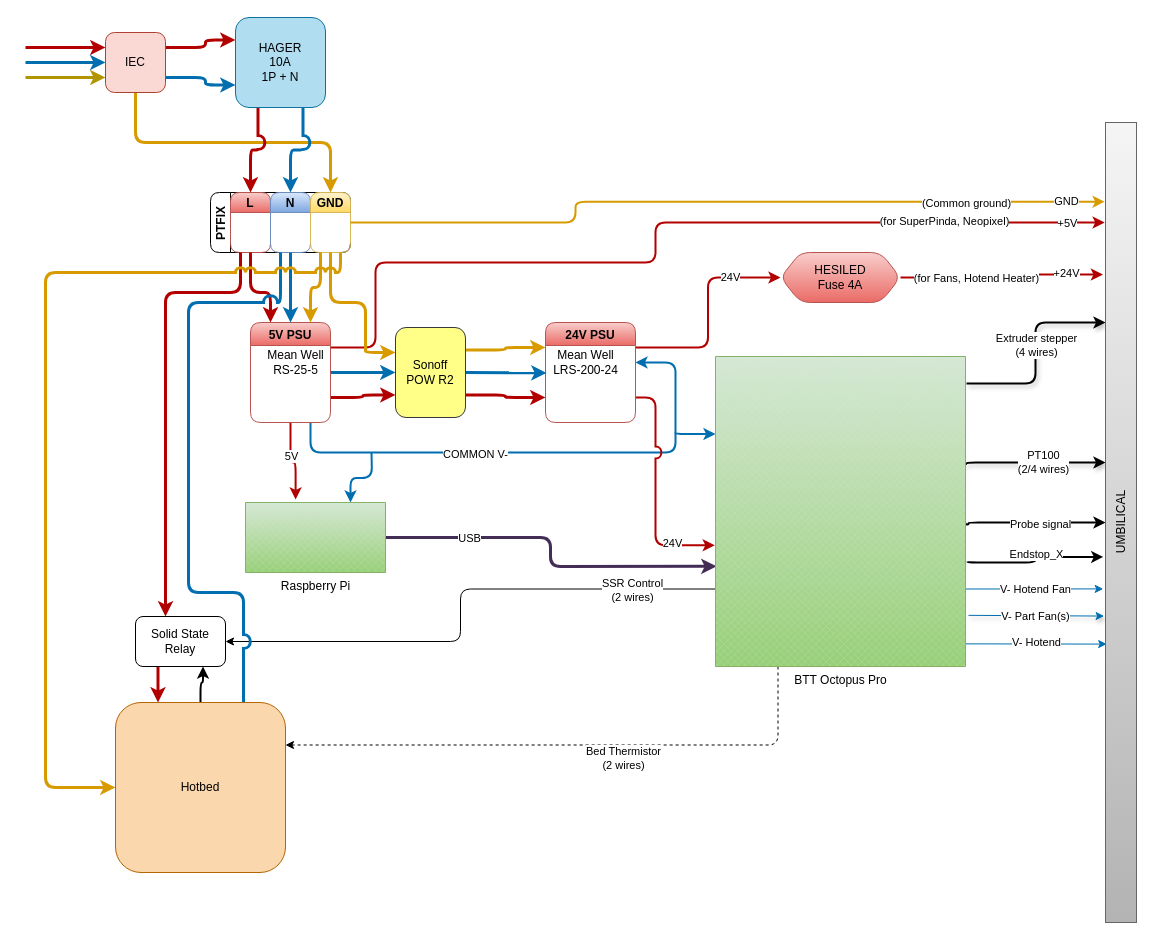
This is wiring/VCore3_wiring.drawio from Contrasens/VCore3-400-OpenFront, a draw.io file, before an edit. Source tidied: cells renumbered, new cells numbered last; positions are measured from the earlier drawing's top-left corner, leaving out a move shared by most shapes. Both pictures are drawn from the tidied source at 100%, with x=0, y=0 at pixel (25, 17).
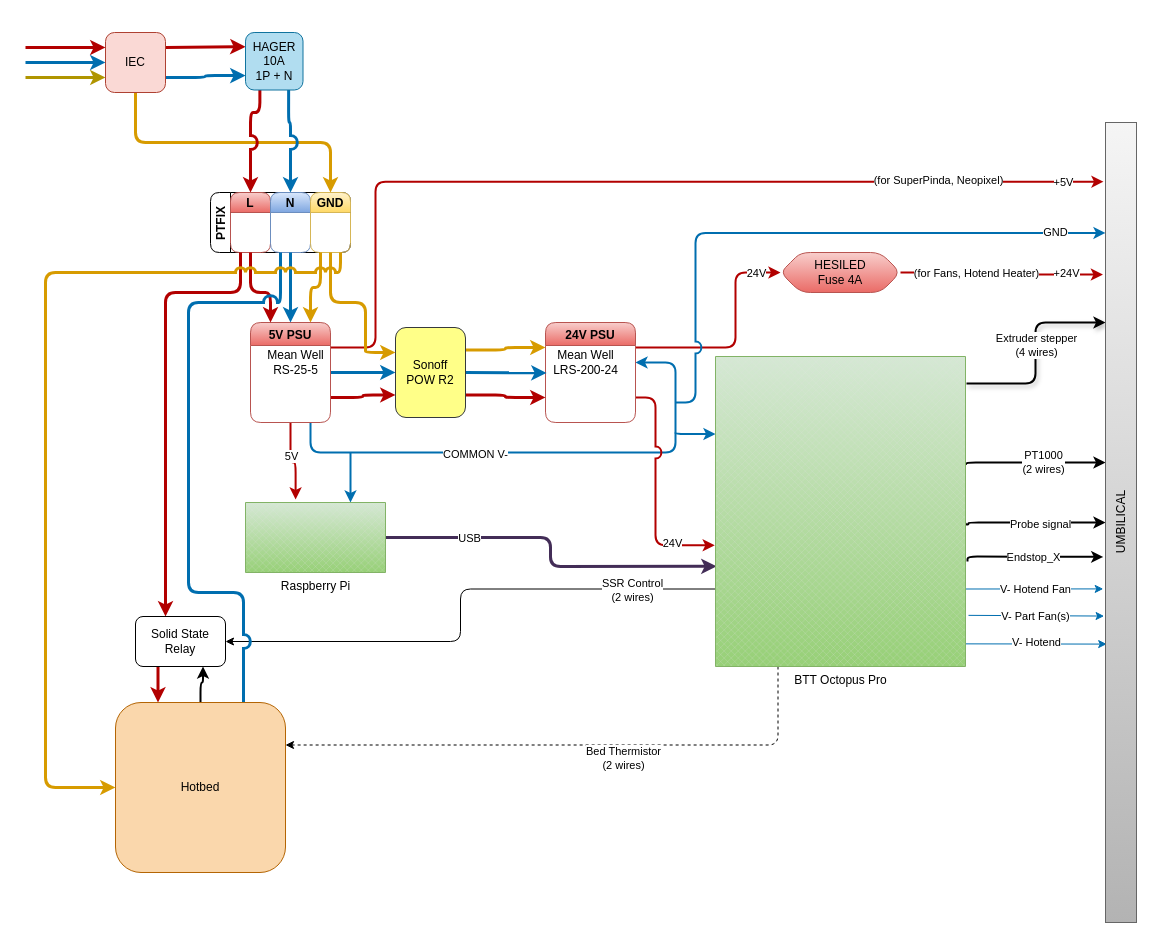
Above is the later version.

The change refers to these unchanged cells:
```xml
<mxCell id="5" value="IEC" style="whiteSpace=wrap;html=1;rounded=1;sketch=0;fillColor=#fad9d5;strokeColor=#ae4132;" parent="1" vertex="1">
  <mxGeometry x="80" y="15" width="60" height="60" as="geometry" />
</mxCell>
<mxCell id="13" value="L" style="swimlane;startSize=20;rounded=1;sketch=0;fillColor=#f8cecc;gradientColor=#ea6b66;strokeColor=#b85450;" parent="12" vertex="1">
  <mxGeometry x="20" width="40" height="60" as="geometry" />
</mxCell>
<mxCell id="14" value="N" style="swimlane;startSize=20;rounded=1;sketch=0;fillColor=#dae8fc;gradientColor=#7ea6e0;strokeColor=#6c8ebf;" parent="12" vertex="1">
  <mxGeometry x="60" width="40" height="60" as="geometry" />
</mxCell>
<mxCell id="15" value="GND" style="swimlane;startSize=20;rounded=1;sketch=0;fillColor=#fff2cc;gradientColor=#ffd966;strokeColor=#d6b656;" parent="12" vertex="1">
  <mxGeometry x="100" width="40" height="60" as="geometry" />
</mxCell>
<mxCell id="26" value="5V PSU" style="swimlane;rounded=1;sketch=0;fillColor=#f8cecc;gradientColor=#ea6b66;strokeColor=#b85450;" parent="1" vertex="1">
  <mxGeometry x="225" y="305" width="80" height="100" as="geometry" />
</mxCell>
<mxCell id="32" value="24V PSU" style="swimlane;rounded=1;sketch=0;fillColor=#f8cecc;gradientColor=#ea6b66;strokeColor=#b85450;" parent="1" vertex="1">
  <mxGeometry x="520" y="305" width="90" height="100" as="geometry" />
</mxCell>
<mxCell id="37" value="Raspberry Pi" style="verticalLabelPosition=bottom;verticalAlign=top;html=1;shape=mxgraph.basic.patternFillRect;fillStyle=diagGrid;step=5;fillStrokeWidth=0.2;fillStrokeColor=#dddddd;rounded=1;sketch=0;fillColor=#d5e8d4;gradientColor=#97d077;strokeColor=#82b366;" parent="1" vertex="1">
  <mxGeometry x="220" y="485" width="140" height="70" as="geometry" />
</mxCell>
<mxCell id="56" value="BTT Octopus Pro" style="verticalLabelPosition=bottom;verticalAlign=top;html=1;shape=mxgraph.basic.patternFillRect;fillStyle=diagGrid;step=5;fillStrokeWidth=0.2;fillStrokeColor=#dddddd;rounded=1;sketch=0;fillColor=#d5e8d4;gradientColor=#97d077;strokeColor=#82b366;" parent="1" vertex="1">
  <mxGeometry x="690" y="339" width="250" height="310" as="geometry" />
</mxCell>
<mxCell id="78" value="UMBILICAL" style="rounded=0;whiteSpace=wrap;html=1;sketch=0;horizontal=0;fillColor=#f5f5f5;gradientColor=#b3b3b3;strokeColor=#666666;" parent="1" vertex="1">
  <mxGeometry x="1080" y="105" width="31" height="800" as="geometry" />
</mxCell>
```

Change to the diagram source:
```diff
@@
     <mxCell id="2" style="edgeStyle=orthogonalEdgeStyle;curved=0;rounded=1;sketch=0;jumpStyle=arc;jumpSize=10;jettySize=auto;html=1;exitX=1;exitY=0.25;exitDx=0;exitDy=0;strokeWidth=3;fillColor=#e51400;strokeColor=#B20000;entryX=0;entryY=0.25;entryDx=0;entryDy=0;" parent="1" edge="1" source="5" target="11">
       <mxGeometry relative="1" as="geometry">
         <Array as="points">
           <mxPoint x="180" y="30" />
-          <mxPoint x="180" y="23" />
+          <mxPoint x="180" y="29" />
+          <mxPoint x="200" y="29" />
         </Array>
       </mxGeometry>
     </mxCell>
     <mxCell id="3" style="edgeStyle=orthogonalEdgeStyle;curved=0;rounded=1;sketch=0;jumpStyle=arc;jumpSize=10;jettySize=auto;html=1;exitX=1;exitY=0.75;exitDx=0;exitDy=0;strokeWidth=3;fillColor=#1ba1e2;strokeColor=#006EAF;entryX=0;entryY=0.75;entryDx=0;entryDy=0;" parent="1" edge="1" source="5" target="11">
       <mxGeometry relative="1" as="geometry">
         <Array as="points">
           <mxPoint x="180" y="60" />
-          <mxPoint x="180" y="68" />
+          <mxPoint x="180" y="58" />
         </Array>
       </mxGeometry>
     </mxCell>
@@
     <mxCell id="9" style="edgeStyle=orthogonalEdgeStyle;curved=0;rounded=1;sketch=0;jumpStyle=arc;jumpSize=10;jettySize=auto;html=1;exitX=0.25;exitY=1;exitDx=0;exitDy=0;entryX=0.5;entryY=0;entryDx=0;entryDy=0;strokeWidth=3;fillColor=#e51400;strokeColor=#B20000;" parent="1" edge="1" source="11" target="13">
-      <mxGeometry relative="1" as="geometry" />
+      <mxGeometry relative="1" as="geometry">
+        <Array as="points">
+          <mxPoint x="234" y="95" />
+          <mxPoint x="225" y="95" />
+        </Array>
+      </mxGeometry>
     </mxCell>
     <mxCell id="10" style="edgeStyle=orthogonalEdgeStyle;curved=0;rounded=1;sketch=0;jumpStyle=arc;jumpSize=10;jettySize=auto;html=1;exitX=0.75;exitY=1;exitDx=0;exitDy=0;entryX=0.5;entryY=0;entryDx=0;entryDy=0;strokeWidth=3;fillColor=#1ba1e2;strokeColor=#006EAF;" parent="1" edge="1" source="11" target="14">
-      <mxGeometry relative="1" as="geometry" />
+      <mxGeometry relative="1" as="geometry">
+        <Array as="points">
+          <mxPoint x="263" y="105" />
+          <mxPoint x="265" y="105" />
+        </Array>
+      </mxGeometry>
     </mxCell>
     <mxCell id="11" value="&lt;div&gt;HAGER&lt;/div&gt;&lt;div&gt;10A&lt;/div&gt;&lt;div&gt;1P + N&lt;br&gt;&lt;/div&gt;" style="whiteSpace=wrap;html=1;rounded=1;sketch=0;fillColor=#b1ddf0;strokeColor=#10739e;" parent="1" vertex="1">
-      <mxGeometry x="210" width="90" height="90" as="geometry" />
+      <mxGeometry x="220" y="15" width="57.5" height="57.5" as="geometry" />
     </mxCell>
@@
     <mxCell id="20" style="edgeStyle=orthogonalEdgeStyle;curved=0;rounded=1;sketch=0;jumpStyle=arc;jumpSize=10;jettySize=auto;html=1;entryX=0.75;entryY=0;entryDx=0;entryDy=0;entryPerimeter=0;strokeWidth=2;fillColor=#1ba1e2;strokeColor=#006EAF;" parent="1" edge="1" target="37">
       <mxGeometry relative="1" as="geometry">
-        <mxPoint x="346" y="435" as="sourcePoint" />
+        <mxPoint x="325" y="435" as="sourcePoint" />
+        <Array as="points">
+          <mxPoint x="325" y="435" />
+        </Array>
       </mxGeometry>
     </mxCell>
-    <mxCell id="21" style="edgeStyle=orthogonalEdgeStyle;curved=0;rounded=1;sketch=0;jumpStyle=arc;jumpSize=10;jettySize=auto;html=1;exitX=1;exitY=0.25;exitDx=0;exitDy=0;strokeWidth=2;fillColor=#e51400;strokeColor=#B20000;entryX=-0.027;entryY=0.125;entryDx=0;entryDy=0;entryPerimeter=0;" parent="1" edge="1" source="26" target="78">
+    <mxCell id="21" style="edgeStyle=orthogonalEdgeStyle;curved=0;rounded=1;sketch=0;jumpStyle=arc;jumpSize=10;jettySize=auto;html=1;exitX=1;exitY=0.25;exitDx=0;exitDy=0;strokeWidth=2;fillColor=#e51400;strokeColor=#B20000;entryX=-0.065;entryY=0.074;entryDx=0;entryDy=0;entryPerimeter=0;" parent="1" edge="1" source="26" target="78">
       <mxGeometry relative="1" as="geometry">
         <Array as="points">
           <mxPoint x="350" y="330" />
-          <mxPoint x="350" y="245" />
-          <mxPoint x="630" y="245" />
-          <mxPoint x="630" y="205" />
+          <mxPoint x="350" y="164" />
         </Array>
       </mxGeometry>
     </mxCell>
@@
-    <mxCell id="30" style="edgeStyle=orthogonalEdgeStyle;curved=0;rounded=1;sketch=0;jumpStyle=arc;jumpSize=10;jettySize=auto;html=1;exitX=1;exitY=0.25;exitDx=0;exitDy=0;entryX=0;entryY=0.5;entryDx=0;entryDy=0;strokeWidth=2;fillColor=#e51400;strokeColor=#B20000;" parent="1" edge="1" source="32" target="74">
-      <mxGeometry relative="1" as="geometry" />
+    <mxCell id="30" style="edgeStyle=orthogonalEdgeStyle;curved=0;rounded=1;sketch=0;jumpStyle=arc;jumpSize=10;jettySize=auto;html=1;exitX=1;exitY=0.25;exitDx=0;exitDy=0;strokeWidth=2;fillColor=#e51400;strokeColor=#B20000;entryX=0;entryY=0.5;entryDx=0;entryDy=0;" parent="1" edge="1" source="32" target="74">
+      <mxGeometry relative="1" as="geometry">
+        <Array as="points">
+          <mxPoint x="710" y="330" />
+          <mxPoint x="710" y="255" />
+        </Array>
+      </mxGeometry>
     </mxCell>
     <mxCell id="31" value="24V" style="edgeLabel;html=1;align=center;verticalAlign=middle;" parent="30" vertex="1">
-      <mxGeometry x="0.53" y="1" relative="1" as="geometry" />
+      <mxGeometry x="0.53" y="1" relative="1" as="geometry">
+        <mxPoint x="21" y="-7" as="offset" />
+      </mxGeometry>
     </mxCell>
@@
-    <mxCell id="44" style="edgeStyle=orthogonalEdgeStyle;curved=0;rounded=1;sketch=0;jumpStyle=arc;jumpSize=10;jettySize=auto;html=1;exitX=1.001;exitY=0.35;exitDx=0;exitDy=0;exitPerimeter=0;entryX=0;entryY=0.425;entryDx=0;entryDy=0;entryPerimeter=0;strokeWidth=2;shadow=1;" parent="1" edge="1" source="56" target="78">
+    <mxCell id="44" style="edgeStyle=orthogonalEdgeStyle;curved=0;rounded=1;sketch=0;jumpStyle=arc;jumpSize=10;jettySize=auto;html=1;exitX=1.001;exitY=0.35;exitDx=0;exitDy=0;exitPerimeter=0;entryX=0;entryY=0.425;entryDx=0;entryDy=0;entryPerimeter=0;strokeWidth=2;shadow=0;" parent="1" edge="1" source="56" target="78">
       <mxGeometry relative="1" as="geometry">
         <Array as="points">
           <mxPoint x="940" y="445" />
         </Array>
       </mxGeometry>
     </mxCell>
-    <mxCell id="45" value="&lt;div&gt;PT100&lt;/div&gt;&lt;div&gt;(2/4 wires)&lt;br&gt;&lt;/div&gt;" style="edgeLabel;html=1;align=center;verticalAlign=middle;" parent="44" vertex="1">
+    <mxCell id="45" value="&lt;div&gt;PT1000&lt;/div&gt;&lt;div&gt;(2 wires)&lt;br&gt;&lt;/div&gt;" style="edgeLabel;html=1;align=center;verticalAlign=middle;" parent="44" vertex="1">
       <mxGeometry x="0.12" y="1" relative="1" as="geometry" />
     </mxCell>
@@
     <mxCell id="48" style="edgeStyle=orthogonalEdgeStyle;curved=0;rounded=1;sketch=0;jumpStyle=arc;jumpSize=10;jettySize=auto;html=1;exitX=1.008;exitY=0.661;exitDx=0;exitDy=0;exitPerimeter=0;entryX=-0.073;entryY=0.543;entryDx=0;entryDy=0;entryPerimeter=0;strokeWidth=2;" parent="1" edge="1" source="56" target="78">
       <mxGeometry relative="1" as="geometry">
         <Array as="points">
-          <mxPoint x="942" y="545" />
-          <mxPoint x="1010" y="545" />
-          <mxPoint x="1010" y="539" />
+          <mxPoint x="942" y="539" />
+          <mxPoint x="950" y="539" />
         </Array>
       </mxGeometry>
     </mxCell>
     <mxCell id="49" value="Endstop_X" style="edgeLabel;html=1;align=center;verticalAlign=middle;" parent="48" vertex="1">
       <mxGeometry x="0.34" y="3" relative="1" as="geometry">
-        <mxPoint x="-20" as="offset" />
+        <mxPoint x="-24" y="3" as="offset" />
       </mxGeometry>
     </mxCell>
@@
-    <mxCell id="52" style="edgeStyle=orthogonalEdgeStyle;curved=0;rounded=1;sketch=0;jumpStyle=arc;jumpSize=10;jettySize=auto;html=1;exitX=1.012;exitY=0.835;exitDx=0;exitDy=0;exitPerimeter=0;entryX=-0.045;entryY=0.617;entryDx=0;entryDy=0;entryPerimeter=0;strokeWidth=1;fillColor=#1ba1e2;strokeColor=#006EAF;shadow=1;" parent="1" edge="1" source="56" target="78">
+    <mxCell id="52" style="edgeStyle=orthogonalEdgeStyle;curved=0;rounded=1;sketch=0;jumpStyle=arc;jumpSize=10;jettySize=auto;html=1;exitX=1.012;exitY=0.835;exitDx=0;exitDy=0;exitPerimeter=0;entryX=-0.045;entryY=0.617;entryDx=0;entryDy=0;entryPerimeter=0;strokeWidth=1;fillColor=#1ba1e2;strokeColor=#006EAF;shadow=0;" parent="1" edge="1" source="56" target="78">
       <mxGeometry relative="1" as="geometry" />
     </mxCell>
@@
     <mxCell id="74" value="&lt;div&gt;HESILED&lt;/div&gt;&lt;div&gt;Fuse 4A&lt;br&gt;&lt;/div&gt;" style="shape=hexagon;perimeter=hexagonPerimeter2;whiteSpace=wrap;html=1;fixedSize=1;rounded=1;sketch=0;fillColor=#f8cecc;gradientColor=#ea6b66;strokeColor=#b85450;" parent="1" vertex="1">
-      <mxGeometry x="755" y="235" width="120" height="50" as="geometry" />
+      <mxGeometry x="755" y="235" width="120" height="40" as="geometry" />
     </mxCell>
-    <mxCell id="75" style="edgeStyle=orthogonalEdgeStyle;curved=0;rounded=1;sketch=0;jumpStyle=arc;jumpSize=10;jettySize=auto;html=1;exitX=1;exitY=0.5;exitDx=0;exitDy=0;strokeWidth=2;fillColor=#ffe6cc;strokeColor=#d79b00;entryX=-0.027;entryY=0.099;entryDx=0;entryDy=0;entryPerimeter=0;" parent="1" edge="1" source="15" target="78">
+    <mxCell id="75" style="edgeStyle=orthogonalEdgeStyle;curved=0;rounded=1;sketch=0;jumpStyle=arc;jumpSize=10;jettySize=auto;html=1;strokeWidth=2;fillColor=#1ba1e2;strokeColor=#006EAF;entryX=0;entryY=0.138;entryDx=0;entryDy=0;entryPerimeter=0;" parent="1" edge="1" target="78">
       <mxGeometry relative="1" as="geometry">
+        <mxPoint x="650" y="385" as="sourcePoint" />
         <Array as="points">
-          <mxPoint x="550" y="205" />
-          <mxPoint x="550" y="184" />
+          <mxPoint x="670" y="385" />
+          <mxPoint x="670" y="215" />
         </Array>
       </mxGeometry>
     </mxCell>
     <mxCell id="76" value="GND" style="edgeLabel;html=1;align=center;verticalAlign=middle;" parent="75" vertex="1">
       <mxGeometry x="0.86" y="1" relative="1" as="geometry">
-        <mxPoint x="15" as="offset" />
+        <mxPoint x="-9" as="offset" />
       </mxGeometry>
     </mxCell>
-    <mxCell id="77" value="(Common ground)" style="edgeLabel;html=1;align=center;verticalAlign=middle;" parent="75" vertex="1">
-      <mxGeometry x="0.48" y="-2" relative="1" as="geometry">
-        <mxPoint x="63" y="-1" as="offset" />
-      </mxGeometry>
-    </mxCell>
```
